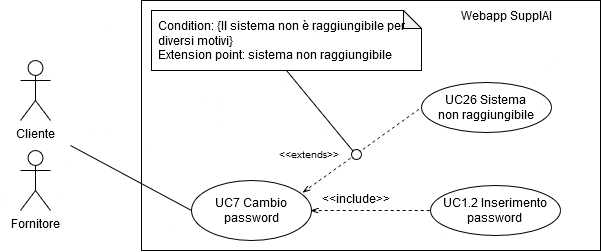
CodeHex16/documentazione keeps this draw.io diagram as 2 - RTB/imgs/cambio-password.png. Above is the earlier version. Source tidied: cells renumbered, new cells last; positions are measured from the earlier drawing's top-left corner, leaving out a move shared by most shapes.
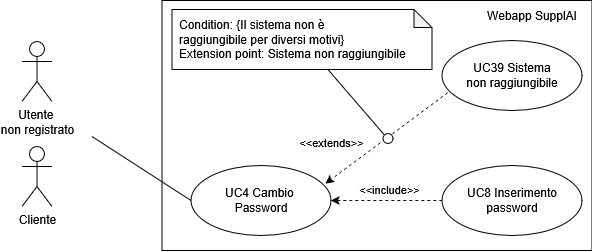
Later version of the same file.

What changed in the source:
```diff
@@ -2,55 +2,64 @@
   <root>
     <mxCell id="0" />
     <mxCell id="1" parent="0" />
-    <mxCell id="2" style="rounded=0;whiteSpace=wrap;html=1;fillColor=none;align=right;strokeColor=none;" parent="1" vertex="1">
-      <mxGeometry y="50" width="70" height="190" as="geometry" />
+    <mxCell id="2" style="rounded=0;whiteSpace=wrap;html=1;fillColor=none;align=right;" parent="1" vertex="1">
+      <mxGeometry x="-456.5" y="-945" width="430" height="250" as="geometry" />
     </mxCell>
-    <mxCell id="3" style="rounded=0;whiteSpace=wrap;html=1;fillColor=none;align=right;" parent="1" vertex="1">
-      <mxGeometry x="141" width="459" height="250" as="geometry" />
+    <mxCell id="3" value="&lt;div&gt;Utente&amp;nbsp;&lt;/div&gt;&lt;div&gt;non registrato&lt;/div&gt;" style="shape=umlActor;verticalLabelPosition=bottom;verticalAlign=top;html=1;" parent="1" vertex="1">
+      <mxGeometry x="-596.5" y="-904" width="30" height="60" as="geometry" />
     </mxCell>
-    <mxCell id="4" value="Fornitore" style="shape=umlActor;verticalLabelPosition=bottom;verticalAlign=top;html=1;" parent="1" vertex="1">
-      <mxGeometry x="20" y="150" width="30" height="60" as="geometry" />
+    <mxCell id="4" style="edgeStyle=orthogonalEdgeStyle;rounded=0;jettySize=auto;html=1;entryX=0;entryY=0.5;entryDx=0;entryDy=0;startArrow=classic;startFill=1;endArrow=none;dashed=1;" parent="1" edge="1" source="6" target="11">
+      <mxGeometry relative="1" as="geometry">
+        <Array as="points">
+          <mxPoint x="-266.5" y="-745" />
+          <mxPoint x="-266.5" y="-745" />
+        </Array>
+      </mxGeometry>
     </mxCell>
-    <mxCell id="5" value="UC7 Cambio password" style="ellipse;whiteSpace=wrap;html=1;" parent="1" vertex="1">
-      <mxGeometry x="191" y="180" width="120" height="60" as="geometry" />
+    <mxCell id="5" value="&amp;lt;&amp;lt;include&amp;gt;&amp;gt;" style="edgeLabel;html=1;align=center;verticalAlign=middle;points=[];" parent="4" vertex="1">
+      <mxGeometry x="0.04" y="-2" relative="1" as="geometry">
+        <mxPoint x="-1" y="-14" as="offset" />
+      </mxGeometry>
     </mxCell>
-    <mxCell id="6" style="endArrow=none;html=1;rounded=0;entryX=0;entryY=0.5;entryDx=0;entryDy=0;exitX=1;exitY=0.5;exitDx=0;exitDy=0;" parent="1" edge="1" source="2" target="5">
-      <mxGeometry relative="1" as="geometry" />
+    <mxCell id="6" value="&lt;div&gt;UC4 Cambio&amp;nbsp;&lt;/div&gt;&lt;div&gt;Password&lt;/div&gt;" style="ellipse;whiteSpace=wrap;html=1;" parent="1" vertex="1">
+      <mxGeometry x="-427.5" y="-780" width="140" height="70" as="geometry" />
     </mxCell>
-    <mxCell id="7" value="&lt;div&gt;UC26 Sistema&lt;/div&gt;&lt;div&gt;non raggiungibile&lt;br&gt;&lt;/div&gt;" style="ellipse;whiteSpace=wrap;html=1;" parent="1" vertex="1">
-      <mxGeometry x="421" y="82" width="130" height="50" as="geometry" />
+    <mxCell id="7" value="Webapp SupplAI" style="text;html=1;align=center;verticalAlign=middle;whiteSpace=wrap;rounded=0;" parent="1" vertex="1">
+      <mxGeometry x="-146.5" y="-945" width="120" height="30" as="geometry" />
     </mxCell>
-    <mxCell id="8" value="&lt;font style=&quot;font-size: 10px;&quot;&gt;&amp;lt;&amp;lt;extends&amp;gt;&amp;gt;&lt;/font&gt;" style="text;html=1;whiteSpace=wrap;overflow=hidden;rounded=0;" parent="1" vertex="1">
-      <mxGeometry x="277" y="140" width="71" height="30" as="geometry" />
+    <mxCell id="8" style="rounded=0;whiteSpace=wrap;html=1;fillColor=none;strokeColor=none;" parent="1" vertex="1">
+      <mxGeometry x="-437.5" y="-856" width="10" height="45" as="geometry" />
     </mxCell>
-    <mxCell id="9" value="Webapp SupplAI" style="text;html=1;align=center;verticalAlign=middle;whiteSpace=wrap;rounded=0;" parent="1" vertex="1">
-      <mxGeometry x="452" width="109" height="30" as="geometry" />
+    <mxCell id="9" style="endArrow=none;html=1;rounded=0;entryX=0;entryY=0.5;entryDx=0;entryDy=0;" parent="1" edge="1" target="6">
+      <mxGeometry relative="1" as="geometry">
+        <mxPoint x="-526.5" y="-809" as="sourcePoint" />
+      </mxGeometry>
     </mxCell>
-    <mxCell id="10" value="Cliente" style="shape=umlActor;verticalLabelPosition=bottom;verticalAlign=top;html=1;" parent="1" vertex="1">
-      <mxGeometry x="20" y="60" width="30" height="60" as="geometry" />
+    <mxCell id="10" value="&lt;div&gt;Cliente&lt;/div&gt;" style="shape=umlActor;verticalLabelPosition=bottom;verticalAlign=top;html=1;" parent="1" vertex="1">
+      <mxGeometry x="-596.5" y="-799" width="30" height="60" as="geometry" />
     </mxCell>
-    <mxCell id="11" style="rounded=0;jettySize=auto;html=1;exitX=0.925;exitY=0.202;exitDx=0;exitDy=0;entryX=0;entryY=0.5;entryDx=0;entryDy=0;endArrow=none;endFill=0;dashed=1;startArrow=openThin;startFill=0;exitPerimeter=0;" parent="1" edge="1" source="5" target="7">
-      <mxGeometry relative="1" as="geometry" />
+    <mxCell id="11" value="&lt;div&gt;UC8 Inserimento&lt;/div&gt;&lt;div&gt;password&lt;/div&gt;" style="ellipse;whiteSpace=wrap;html=1;" parent="1" vertex="1">
+      <mxGeometry x="-176.5" y="-780" width="140" height="70" as="geometry" />
     </mxCell>
-    <mxCell id="12" value="&lt;div align=&quot;left&quot; style=&quot;padding-left: 5px;&quot;&gt;Condition: {Il sistema non è raggiungibile per&lt;/div&gt;&lt;div align=&quot;left&quot; style=&quot;padding-left: 5px;&quot;&gt;diversi motivi}&lt;br&gt;&lt;/div&gt;&lt;div align=&quot;left&quot; style=&quot;padding-left: 5px;&quot;&gt;Extension point: sistema non raggiungibile&lt;br&gt;&lt;/div&gt;" style="shape=note;whiteSpace=wrap;html=1;backgroundOutline=1;darkOpacity=0.05;size=18;align=left;" parent="1" vertex="1">
-      <mxGeometry x="151" y="10" width="270" height="60" as="geometry" />
+    <mxCell id="12" style="rounded=0;jettySize=auto;html=1;entryX=0.96;entryY=0.259;entryDx=0;entryDy=0;dashed=1;exitX=0.041;exitY=0.746;exitDx=0;exitDy=0;exitPerimeter=0;entryPerimeter=0;" parent="1" edge="1" source="14" target="6">
+      <mxGeometry relative="1" as="geometry" />
     </mxCell>
-    <mxCell id="13" style="ellipse;whiteSpace=wrap;html=1;" parent="1" vertex="1">
-      <mxGeometry x="351" y="149" width="10" height="10" as="geometry" />
+    <mxCell id="13" value="&amp;lt;&amp;lt;extends&amp;gt;&amp;gt;" style="edgeLabel;html=1;align=center;verticalAlign=middle;points=[];" parent="12" vertex="1">
+      <mxGeometry x="0.42" y="2" relative="1" as="geometry">
+        <mxPoint x="-31" y="-18" as="offset" />
+      </mxGeometry>
     </mxCell>
-    <mxCell id="14" style="endArrow=none;html=1;rounded=0;exitX=0.5;exitY=1;exitDx=0;exitDy=0;exitPerimeter=0;entryX=0;entryY=0;entryDx=0;entryDy=0;" parent="1" edge="1" source="12" target="13">
-      <mxGeometry relative="1" as="geometry" />
+    <mxCell id="14" value="&lt;div&gt;UC39 Sistema&lt;/div&gt;&lt;div&gt;non raggiungibile&lt;/div&gt;" style="ellipse;whiteSpace=wrap;html=1;" parent="1" vertex="1">
+      <mxGeometry x="-176.5" y="-905" width="140" height="70" as="geometry" />
     </mxCell>
-    <mxCell id="15" style="rounded=0;jettySize=auto;html=1;entryX=0;entryY=0.5;entryDx=0;entryDy=0;endArrow=none;endFill=0;dashed=1;startArrow=openThin;startFill=0;" parent="1" edge="1" target="16">
-      <mxGeometry relative="1" as="geometry">
-        <mxPoint x="310" y="210" as="sourcePoint" />
-      </mxGeometry>
+    <mxCell id="15" value="&lt;div align=&quot;left&quot; style=&quot;padding-left: 5px;&quot;&gt;Condition: {Il sistema non è &lt;br&gt;raggiungibile per diversi motivi}&lt;/div&gt;&lt;div align=&quot;left&quot; style=&quot;padding-left: 5px;&quot;&gt;Extension point: Sistema non raggiungibile&lt;/div&gt;" style="shape=note;whiteSpace=wrap;html=1;backgroundOutline=1;darkOpacity=0.05;size=18;align=left;" parent="1" vertex="1">
+      <mxGeometry x="-446.5" y="-936" width="260" height="60" as="geometry" />
     </mxCell>
-    <mxCell id="16" value="&lt;div&gt;UC1.2 Inserimento&lt;/div&gt;&lt;div&gt;password&lt;br&gt;&lt;/div&gt;" style="ellipse;whiteSpace=wrap;html=1;" parent="1" vertex="1">
-      <mxGeometry x="430" y="185" width="130" height="50" as="geometry" />
+    <mxCell id="16" style="rounded=0;jettySize=auto;html=1;endArrow=none;endFill=0;endSize=20;startFill=0;entryX=0;entryY=0;entryDx=0;entryDy=0;" parent="1" edge="1" source="15" target="17">
+      <mxGeometry relative="1" as="geometry" />
     </mxCell>
-    <mxCell id="17" value="&amp;lt;&amp;lt;include&amp;gt;&amp;gt;" style="text;html=1;whiteSpace=wrap;overflow=hidden;rounded=0;" parent="1" vertex="1">
-      <mxGeometry x="320" y="185" width="80" height="20" as="geometry" />
+    <mxCell id="17" style="ellipse;whiteSpace=wrap;html=1;" parent="1" vertex="1">
+      <mxGeometry x="-235.5" y="-812" width="10" height="10" as="geometry" />
     </mxCell>
   </root>
 </mxGraphModel>
```
